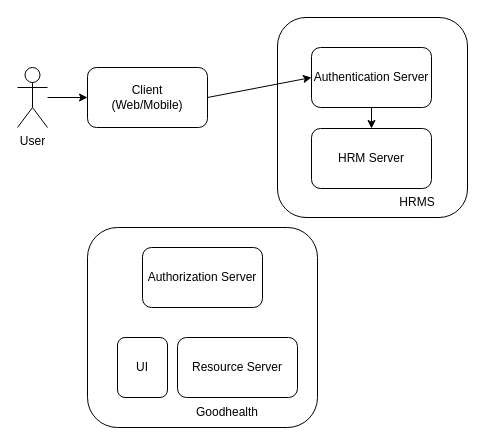
This is oauth2.drawio from jayanthkmr/architecture-diagrams, a draw.io file, before an edit. Source tidied: cells renumbered, new cells numbered last; positions are measured from the earlier drawing's top-left corner, leaving out a move shared by most shapes. Both pictures are drawn from the tidied source at 100%, with x=0, y=0 at pixel (17, 17).
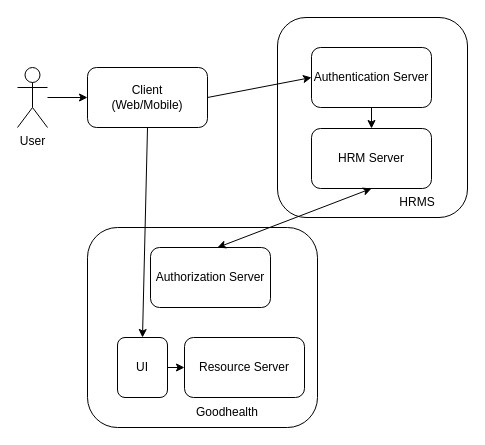
The same diagram, later.

The edit, as a diff of the source:
```diff
@@
 <mxGraphModel>
   <root>
     <mxCell id="0" />
     <mxCell id="1" parent="0" />
     <mxCell id="2" value="Client&lt;br&gt;(Web/Mobile)" style="rounded=1;whiteSpace=wrap;html=1;" parent="1" vertex="1">
       <mxGeometry x="70" y="50" width="120" height="60" as="geometry" />
     </mxCell>
     <mxCell id="3" style="rounded=1;whiteSpace=wrap;html=1;" parent="1" vertex="1">
       <mxGeometry x="260" width="190" height="200" as="geometry" />
     </mxCell>
     <mxCell id="4" value="User" style="shape=umlActor;verticalLabelPosition=bottom;verticalAlign=top;html=1;outlineConnect=0;" parent="1" vertex="1">
       <mxGeometry y="50" width="30" height="60" as="geometry" />
     </mxCell>
     <mxCell id="5" value="HRMS" style="text;html=1;strokeColor=none;fillColor=none;align=center;verticalAlign=middle;whiteSpace=wrap;rounded=0;" parent="1" vertex="1">
       <mxGeometry x="380" y="170" width="40" height="30" as="geometry" />
     </mxCell>
     <mxCell id="6" value="Authentication Server" style="rounded=1;whiteSpace=wrap;html=1;" parent="1" vertex="1">
       <mxGeometry x="294" y="30" width="120" height="60" as="geometry" />
     </mxCell>
     <mxCell id="7" value="HRM Server" style="rounded=1;whiteSpace=wrap;html=1;" parent="1" vertex="1">
       <mxGeometry x="294" y="111" width="120" height="60" as="geometry" />
     </mxCell>
     <mxCell id="8" style="rounded=1;whiteSpace=wrap;html=1;" parent="1" vertex="1">
       <mxGeometry x="70" y="210" width="230" height="200" as="geometry" />
     </mxCell>
     <mxCell id="9" value="Goodhealth" style="text;html=1;strokeColor=none;fillColor=none;align=center;verticalAlign=middle;whiteSpace=wrap;rounded=0;" parent="1" vertex="1">
       <mxGeometry x="190" y="380" width="40" height="30" as="geometry" />
     </mxCell>
     <mxCell id="10" value="Authorization Server" style="rounded=1;whiteSpace=wrap;html=1;" parent="1" vertex="1">
-      <mxGeometry x="125" y="230" width="120" height="60" as="geometry" />
+      <mxGeometry x="133" y="230" width="120" height="60" as="geometry" />
     </mxCell>
     <mxCell id="11" value="Resource Server" style="rounded=1;whiteSpace=wrap;html=1;" parent="1" vertex="1">
-      <mxGeometry x="160" y="320" width="120" height="60" as="geometry" />
+      <mxGeometry x="167" y="320" width="120" height="60" as="geometry" />
     </mxCell>
     <mxCell id="12" value="UI" style="rounded=1;whiteSpace=wrap;html=1;" parent="1" vertex="1">
       <mxGeometry x="100" y="320" width="50" height="60" as="geometry" />
     </mxCell>
     <mxCell id="13" style="endArrow=classic;html=1;entryX=0;entryY=0.5;entryDx=0;entryDy=0;" parent="1" edge="1" source="4" target="2">
       <mxGeometry relative="1" as="geometry" />
     </mxCell>
     <mxCell id="14" style="endArrow=classic;html=1;exitX=1;exitY=0.5;exitDx=0;exitDy=0;entryX=0;entryY=0.5;entryDx=0;entryDy=0;" parent="1" edge="1" source="2" target="6">
       <mxGeometry relative="1" as="geometry" />
     </mxCell>
     <mxCell id="15" style="endArrow=classic;html=1;exitX=0.5;exitY=1;exitDx=0;exitDy=0;entryX=0.5;entryY=0;entryDx=0;entryDy=0;" parent="1" edge="1" source="6" target="7">
       <mxGeometry relative="1" as="geometry" />
     </mxCell>
+    <mxCell id="16" style="endArrow=classic;startArrow=classic;html=1;entryX=0.5;entryY=1;entryDx=0;entryDy=0;" parent="1" edge="1" target="7">
+      <mxGeometry relative="1" as="geometry">
+        <mxPoint x="200" y="230" as="sourcePoint" />
+      </mxGeometry>
+    </mxCell>
+    <mxCell id="17" style="endArrow=classic;html=1;exitX=0.5;exitY=1;exitDx=0;exitDy=0;entryX=0.5;entryY=0;entryDx=0;entryDy=0;" parent="1" edge="1" source="2" target="12">
+      <mxGeometry relative="1" as="geometry" />
+    </mxCell>
+    <mxCell id="18" style="endArrow=classic;html=1;exitX=1;exitY=0.5;exitDx=0;exitDy=0;entryX=0;entryY=0.5;entryDx=0;entryDy=0;" parent="1" edge="1" source="12" target="11">
+      <mxGeometry relative="1" as="geometry" />
+    </mxCell>
   </root>
 </mxGraphModel>
```
